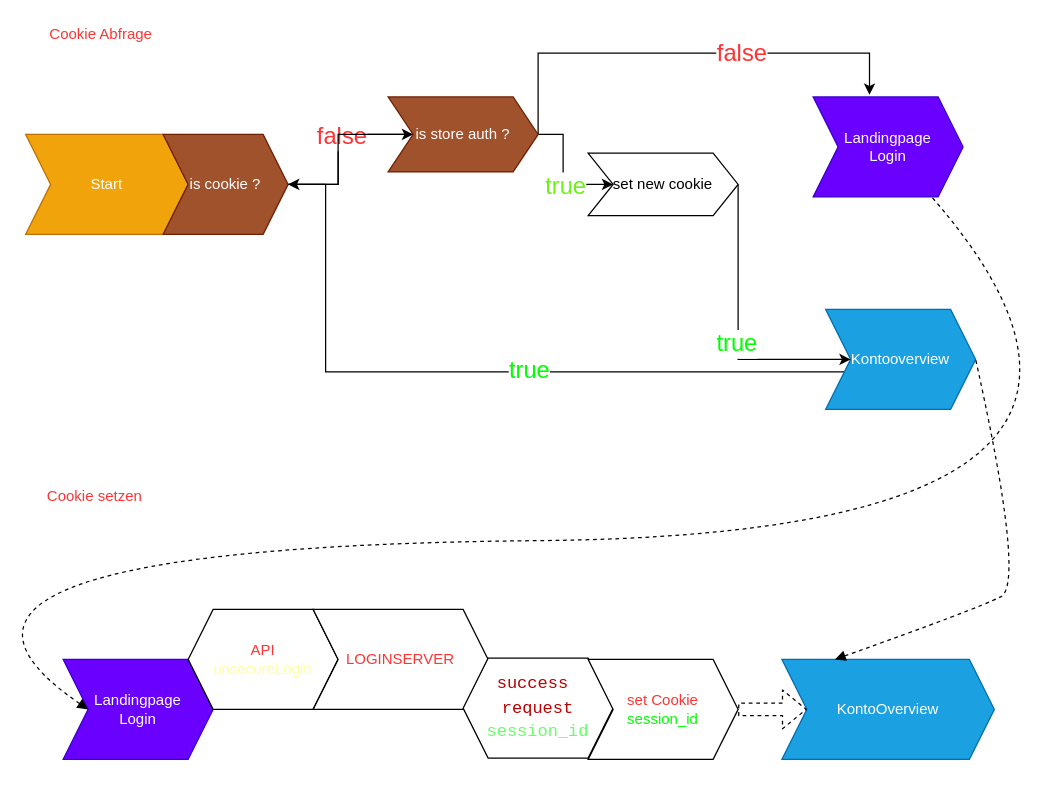
gradido/gradido keeps this draw.io diagram as docu/cookie.drawio. Above is the earlier version. Source tidied: cells renumbered, new cells numbered last; positions are measured from the earlier drawing's top-left corner, leaving out a move shared by most shapes. Both pictures are drawn from the tidied source at 125%, with x=0, y=0 at pixel (-150, 21).
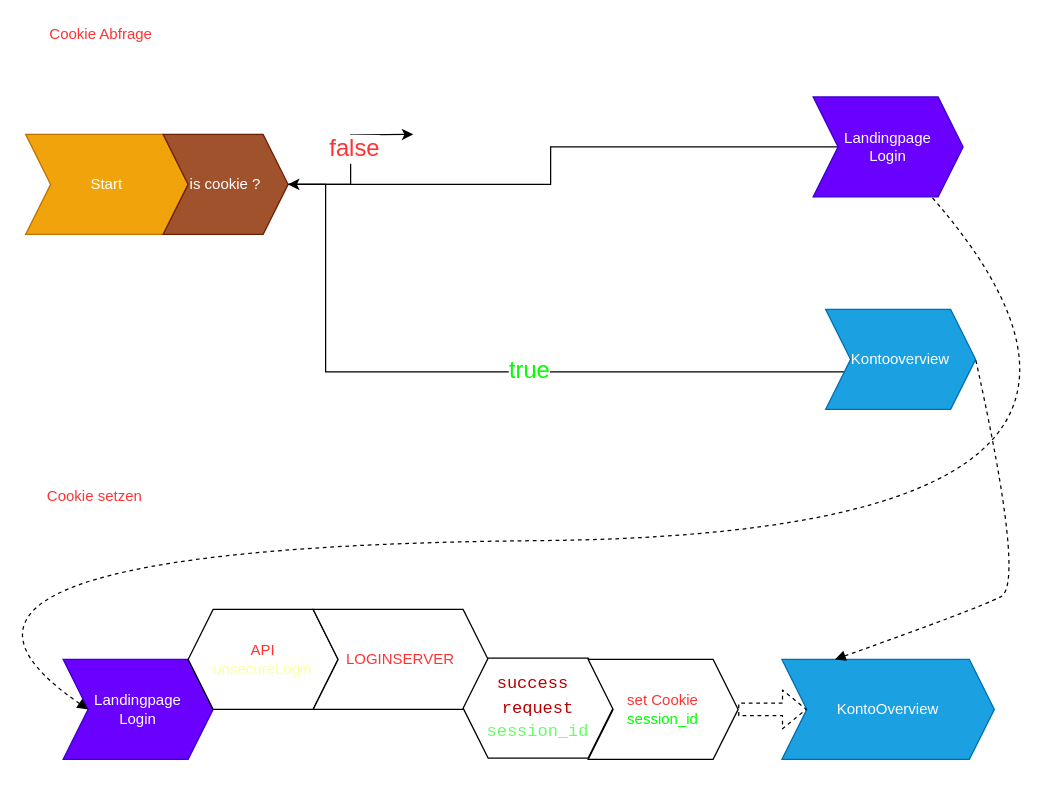
Above is the later version.

Unchanged cells that the change refers to:
```xml
<mxCell id="7" value="is cookie ?" style="shape=step;perimeter=stepPerimeter;whiteSpace=wrap;html=1;fixedSize=1;fillColor=#a0522d;strokeColor=#6D1F00;fontColor=#ffffff;" parent="1" vertex="1">
  <mxGeometry x="250" y="90" width="100" height="80" as="geometry" />
</mxCell>
<mxCell id="14" value="Kontooverview" style="shape=step;perimeter=stepPerimeter;whiteSpace=wrap;html=1;fixedSize=1;fillColor=#1ba1e2;strokeColor=#006EAF;fontColor=#ffffff;" parent="1" vertex="1">
  <mxGeometry x="780" y="230" width="120" height="80" as="geometry" />
</mxCell>
<mxCell id="18" value="Landingpage&lt;br&gt;Login" style="shape=step;perimeter=stepPerimeter;whiteSpace=wrap;html=1;fixedSize=1;fillColor=#6a00ff;strokeColor=#3700CC;fontColor=#ffffff;" parent="1" vertex="1">
  <mxGeometry x="770" y="60" width="120" height="80" as="geometry" />
</mxCell>
```

Diff of the diagram source:
```diff
@@
-    <mxCell id="3" style="edgeStyle=orthogonalEdgeStyle;rounded=0;jettySize=auto;html=1;exitX=1;exitY=0.5;exitDx=0;exitDy=0;" parent="1" edge="1" source="7" target="13">
-      <mxGeometry relative="1" as="geometry" />
+    <mxCell id="3" style="edgeStyle=orthogonalEdgeStyle;rounded=0;jettySize=auto;html=1;exitX=1;exitY=0.5;exitDx=0;exitDy=0;" parent="1" edge="1" source="7">
+      <mxGeometry relative="1" as="geometry">
+        <mxPoint x="450" y="90" as="targetPoint" />
+      </mxGeometry>
     </mxCell>
@@
-    <mxCell id="8" style="edgeStyle=orthogonalEdgeStyle;rounded=0;jettySize=auto;html=1;exitX=1;exitY=0.5;exitDx=0;exitDy=0;entryX=0.376;entryY=-0.021;entryDx=0;entryDy=0;entryPerimeter=0;" parent="1" edge="1" source="13" target="18">
-      <mxGeometry relative="1" as="geometry">
-        <Array as="points">
-          <mxPoint x="550" y="25" />
-          <mxPoint x="815" y="25" />
-        </Array>
-      </mxGeometry>
-    </mxCell>
-    <mxCell id="9" value="false" style="edgeLabel;html=1;align=center;verticalAlign=middle;fontColor=#FF3333;fontSize=19;" parent="8" vertex="1">
-      <mxGeometry x="0.25" relative="1" as="geometry" />
-    </mxCell>
-    <mxCell id="10" style="edgeStyle=orthogonalEdgeStyle;rounded=0;jettySize=auto;html=1;exitX=1;exitY=0.5;exitDx=0;exitDy=0;" parent="1" edge="1" source="13" target="17">
-      <mxGeometry relative="1" as="geometry" />
-    </mxCell>
-    <mxCell id="11" value="true" style="edgeLabel;html=1;align=center;verticalAlign=middle;fontColor=#6EF018;fontSize=19;" parent="10" vertex="1">
-      <mxGeometry x="0.21" y="-1" relative="1" as="geometry" />
-    </mxCell>
-    <mxCell id="12" style="edgeStyle=orthogonalEdgeStyle;rounded=0;jettySize=auto;html=1;fontColor=#00FF00;" parent="1" edge="1" source="13" target="7">
+    <mxCell id="12" style="edgeStyle=orthogonalEdgeStyle;rounded=0;jettySize=auto;html=1;fontColor=#00FF00;" parent="1" edge="1" source="18" target="7">
       <mxGeometry relative="1" as="geometry" />
     </mxCell>
-    <mxCell id="13" value="is store auth ?" style="shape=step;perimeter=stepPerimeter;whiteSpace=wrap;html=1;fixedSize=1;fillColor=#a0522d;strokeColor=#6D1F00;fontColor=#ffffff;" parent="1" vertex="1">
-      <mxGeometry x="430" y="60" width="120" height="60" as="geometry" />
-    </mxCell>
@@
-    <mxCell id="15" style="edgeStyle=orthogonalEdgeStyle;rounded=0;jettySize=auto;html=1;exitX=1;exitY=0.5;exitDx=0;exitDy=0;" parent="1" edge="1" source="17" target="14">
-      <mxGeometry relative="1" as="geometry">
-        <Array as="points">
-          <mxPoint x="710" y="270" />
-        </Array>
-      </mxGeometry>
-    </mxCell>
-    <mxCell id="16" value="true" style="edgeLabel;html=1;align=center;verticalAlign=middle;fontColor=#00FF00;fontSize=19;" parent="15" vertex="1">
-      <mxGeometry x="0.1" y="-2" relative="1" as="geometry" />
-    </mxCell>
-    <mxCell id="17" value="set new cookie" style="shape=step;perimeter=stepPerimeter;whiteSpace=wrap;html=1;fixedSize=1;" parent="1" vertex="1">
-      <mxGeometry x="590" y="105" width="120" height="50" as="geometry" />
-    </mxCell>
```
